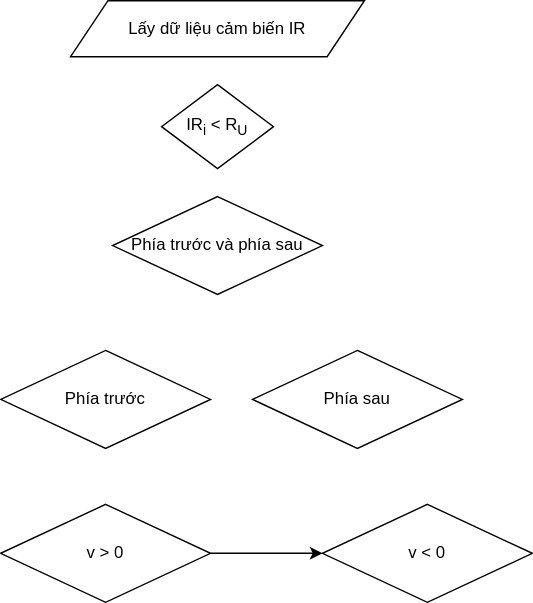
Before: creator_fig/Urgent_Alg.svg, a diagram exported from draw.io (Huyhust13/luanvanCH). Source tidied: cells renumbered, new cells last; positions are measured from the earlier drawing's top-left corner, leaving out a move shared by most shapes.
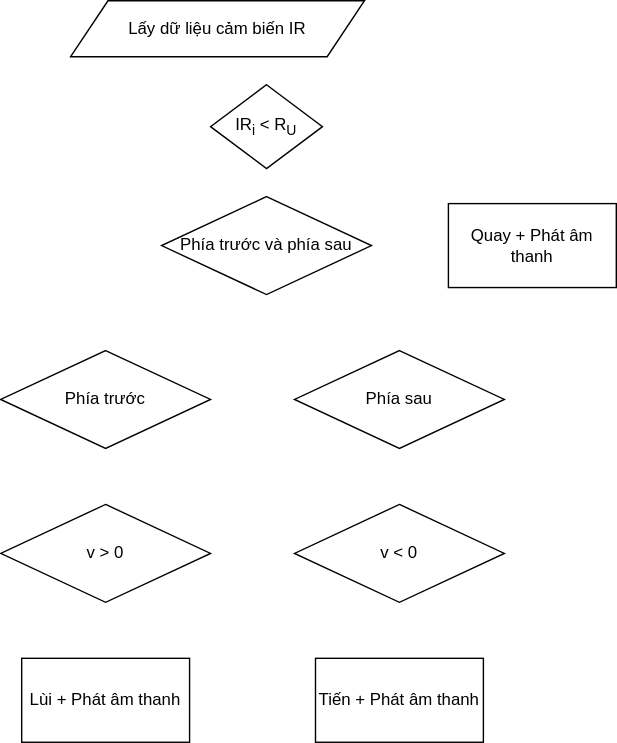
Later version of the same file.

Change to the diagram source:
```diff
@@ -6,25 +6,31 @@
       <mxGeometry x="50" width="210" height="40" as="geometry" />
     </mxCell>
     <mxCell id="3" value="IR&lt;sub&gt;i&lt;/sub&gt; &amp;lt; R&lt;sub&gt;U&lt;/sub&gt;" style="rhombus;whiteSpace=wrap;html=1;" parent="1" vertex="1">
-      <mxGeometry x="115" y="60" width="80" height="60" as="geometry" />
+      <mxGeometry x="150" y="60" width="80" height="60" as="geometry" />
     </mxCell>
     <mxCell id="4" value="Phía trước và phía sau" style="rhombus;whiteSpace=wrap;html=1;" parent="1" vertex="1">
-      <mxGeometry x="80" y="140" width="150" height="70" as="geometry" />
+      <mxGeometry x="115" y="140" width="150" height="70" as="geometry" />
     </mxCell>
     <mxCell id="5" value="Phía trước" style="rhombus;whiteSpace=wrap;html=1;" parent="1" vertex="1">
       <mxGeometry y="250" width="150" height="70" as="geometry" />
     </mxCell>
     <mxCell id="6" value="Phía sau" style="rhombus;whiteSpace=wrap;html=1;" parent="1" vertex="1">
-      <mxGeometry x="180" y="250" width="150" height="70" as="geometry" />
+      <mxGeometry x="210" y="250" width="150" height="70" as="geometry" />
     </mxCell>
-    <mxCell id="7" style="edgeStyle=orthogonalEdgeStyle;rounded=0;jettySize=auto;html=1;" parent="1" edge="1" source="8" target="9">
-      <mxGeometry relative="1" as="geometry" />
-    </mxCell>
     <mxCell id="8" value="v &amp;gt; 0" style="rhombus;whiteSpace=wrap;html=1;" parent="1" vertex="1">
       <mxGeometry y="360" width="150" height="70" as="geometry" />
     </mxCell>
     <mxCell id="9" value="v &amp;lt; 0" style="rhombus;whiteSpace=wrap;html=1;" parent="1" vertex="1">
-      <mxGeometry x="230" y="360" width="150" height="70" as="geometry" />
+      <mxGeometry x="210" y="360" width="150" height="70" as="geometry" />
     </mxCell>
+    <mxCell id="10" value="Lùi + Phát âm thanh" style="rounded=0;whiteSpace=wrap;html=1;" parent="1" vertex="1">
+      <mxGeometry x="15" y="470" width="120" height="60" as="geometry" />
+    </mxCell>
+    <mxCell id="11" value="Tiến + Phát âm thanh" style="rounded=0;whiteSpace=wrap;html=1;" parent="1" vertex="1">
+      <mxGeometry x="225" y="470" width="120" height="60" as="geometry" />
+    </mxCell>
+    <mxCell id="12" value="Quay + Phát âm thanh" style="rounded=0;whiteSpace=wrap;html=1;" parent="1" vertex="1">
+      <mxGeometry x="320" y="145" width="120" height="60" as="geometry" />
+    </mxCell>
   </root>
 </mxGraphModel>
```
